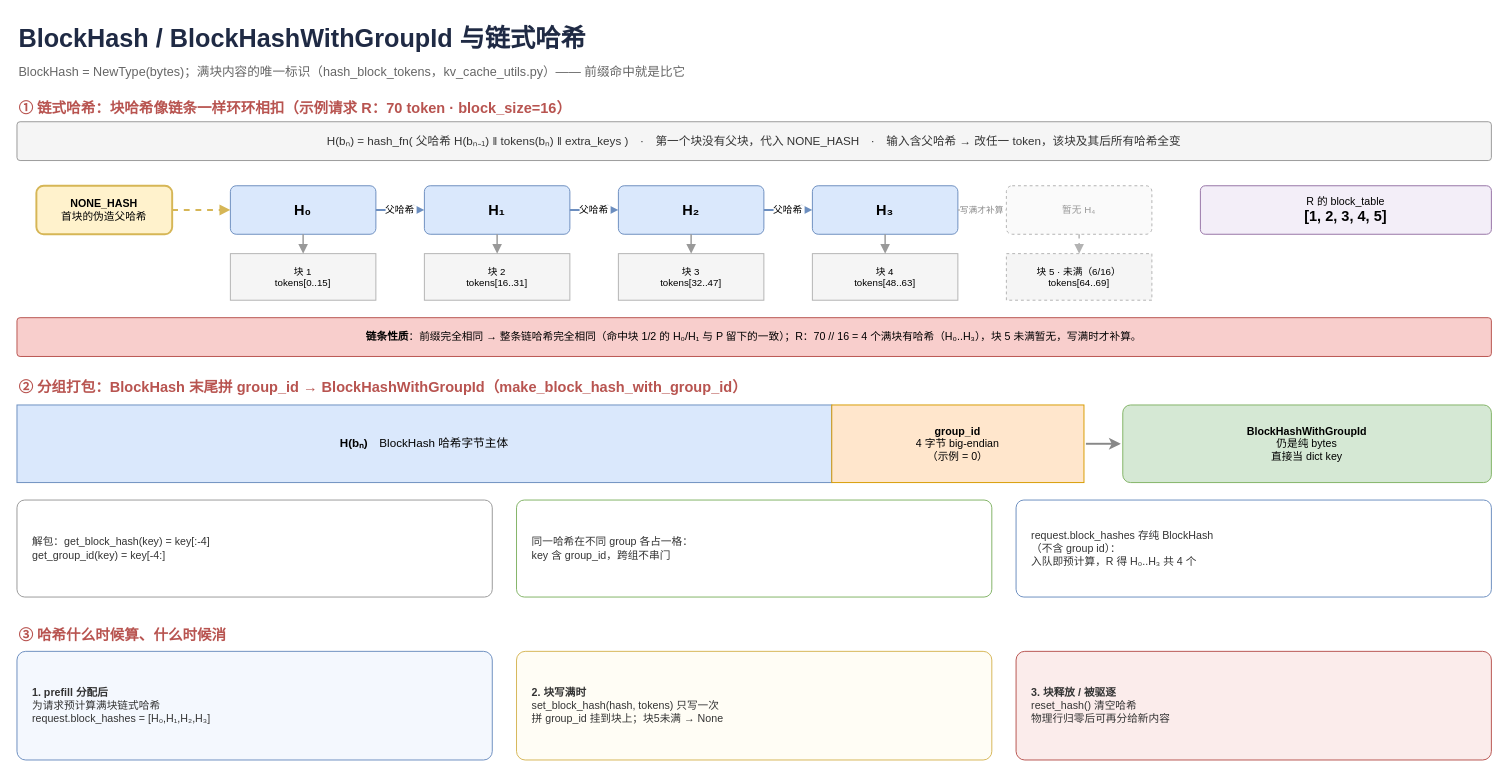
GoCHug/vllm keeps this draw.io diagram as page "BlockHash 与链式哈希" (9 of 15) of vllm/v1/core/kvcache_draw_ppt_v2/kvcache_type.drawio. Above is the earlier version. Source tidied: cells renumbered, new cells numbered last; positions are measured from the earlier drawing's top-left corner, leaving out a move shared by most shapes. Both pictures are drawn from the tidied source at 97%, with x=0, y=0 at pixel (16, 16).
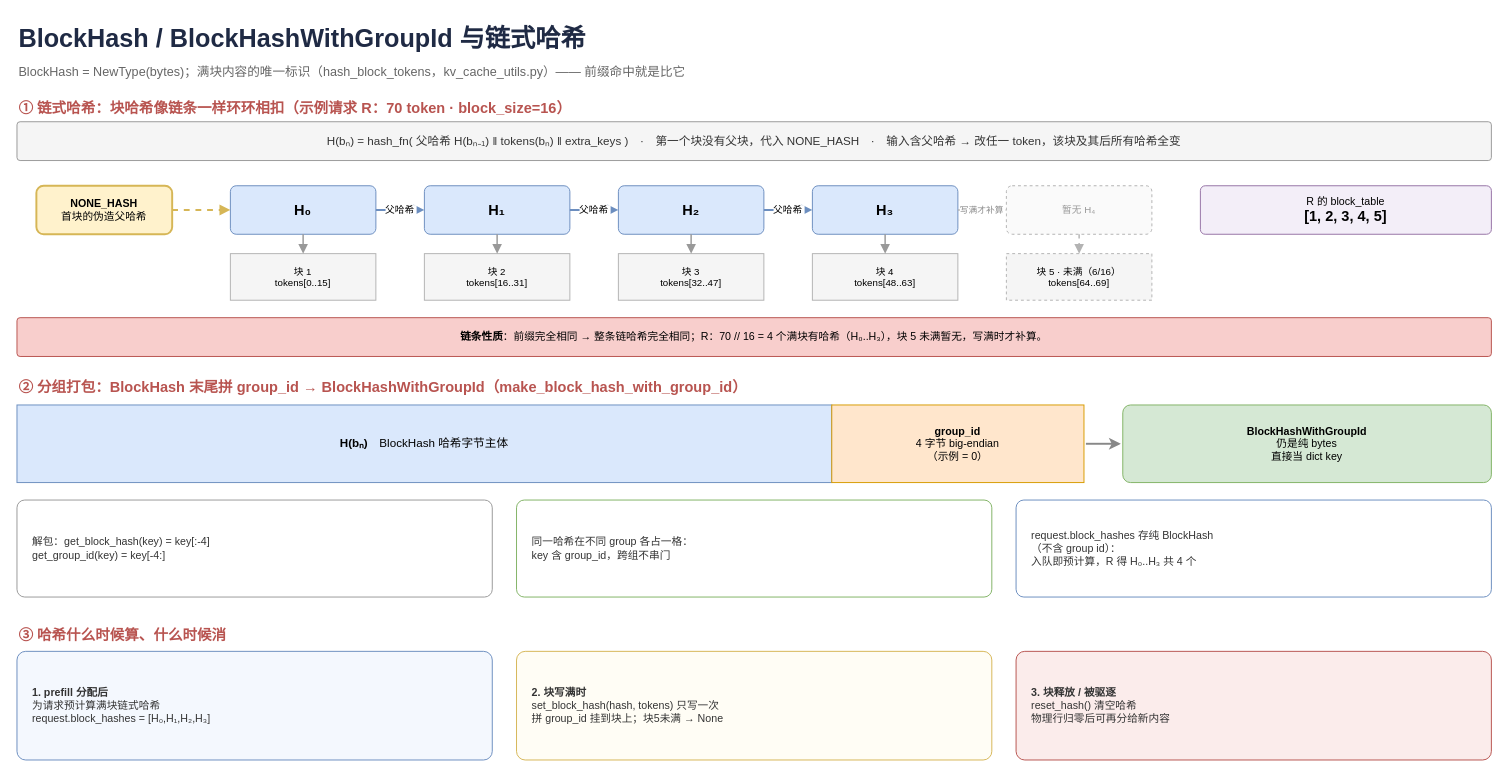
The same page after the edit.

What changed in the source:
```diff
@@
-    <mxCell id="28" value="&lt;b&gt;链条性质&lt;/b&gt;：前缀完全相同 → 整条链哈希完全相同（命中块 1/2 的 H₀/H₁ 与 P 留下的一致）；R：70 // 16 = 4 个满块有哈希（H₀..H₃），块 5 未满暂无，写满时才补算。" style="rounded=1;arcSize=8;whiteSpace=wrap;html=1;fillColor=#f8cecc;strokeColor=#b85450;verticalAlign=middle;align=center;fontSize=11;" parent="1" vertex="1">
+    <mxCell id="28" value="&lt;b&gt;链条性质&lt;/b&gt;：前缀完全相同 → 整条链哈希完全相同；R：70 // 16 = 4 个满块有哈希（H₀..H₃），块 5 未满暂无，写满时才补算。" style="rounded=1;arcSize=8;whiteSpace=wrap;html=1;fillColor=#f8cecc;strokeColor=#b85450;verticalAlign=middle;align=center;fontSize=11;" parent="1" vertex="1">
       <mxGeometry y="310" width="1520" height="40" as="geometry" />
     </mxCell>
```
